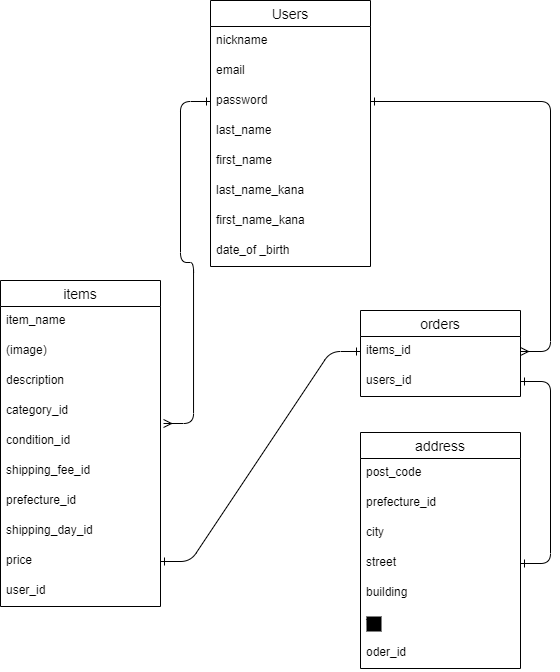
Natsuki002Koma/furima-40056 keeps this draw.io diagram as tables.png. Above is the earlier version. Source tidied: cells renumbered, new cells last; positions are measured from the earlier drawing's top-left corner, leaving out a move shared by most shapes.
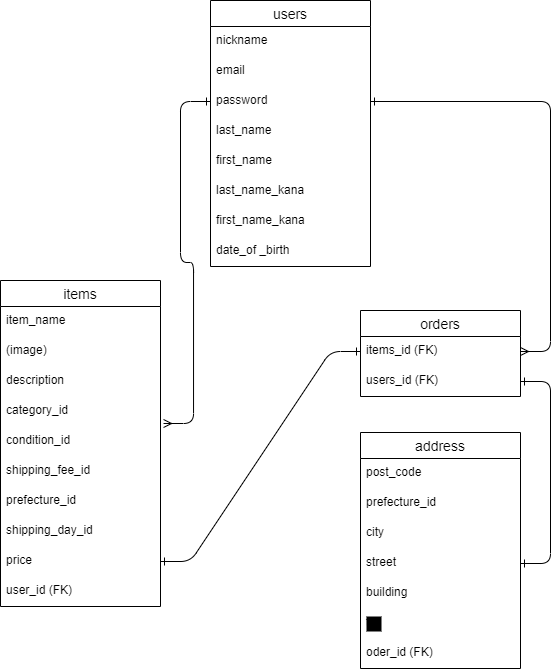
Later version of the same file.

Commit message:
Revert "データベース設計（修正3）"

The edit, as a diff of the source:
```diff
@@ -2,7 +2,7 @@
   <root>
     <mxCell id="0" />
     <mxCell id="1" parent="0" />
-    <mxCell id="2" value="Users" style="swimlane;fontStyle=0;horizontal=1;startSize=26;align=center;fontSize=14;" parent="1" vertex="1">
+    <mxCell id="2" value="users" style="swimlane;fontStyle=0;horizontal=1;startSize=26;align=center;fontSize=14;" parent="1" vertex="1">
       <mxGeometry x="210" width="160" height="266" as="geometry" />
     </mxCell>
     <mxCell id="3" value="nickname  " style="text;strokeColor=none;fillColor=none;spacingLeft=4;spacingRight=4;overflow=hidden;fontSize=12;" parent="2" vertex="1">
@@ -59,16 +59,16 @@
     <mxCell id="20" value="price" style="text;strokeColor=none;fillColor=none;spacingLeft=4;spacingRight=4;overflow=hidden;points=[[0,0.5],[1,0.5]];portConstraint=eastwest;fontSize=12;" parent="11" vertex="1">
       <mxGeometry y="266" width="160" height="30" as="geometry" />
     </mxCell>
-    <mxCell id="21" value="user_id" style="text;strokeColor=none;fillColor=none;spacingLeft=4;spacingRight=4;overflow=hidden;fontSize=12;" parent="11" vertex="1">
+    <mxCell id="21" value="user_id (FK)" style="text;strokeColor=none;fillColor=none;spacingLeft=4;spacingRight=4;overflow=hidden;fontSize=12;" parent="11" vertex="1">
       <mxGeometry y="296" width="160" height="30" as="geometry" />
     </mxCell>
     <mxCell id="22" value="orders" style="swimlane;fontStyle=0;horizontal=1;startSize=26;align=center;fontSize=14;" parent="1" vertex="1">
       <mxGeometry x="360" y="310" width="160" height="86" as="geometry" />
     </mxCell>
-    <mxCell id="23" value="items_id" style="text;strokeColor=none;fillColor=none;spacingLeft=4;spacingRight=4;overflow=hidden;points=[[0,0.5],[1,0.5]];portConstraint=eastwest;fontSize=12;" parent="22" vertex="1">
+    <mxCell id="23" value="items_id (FK)" style="text;strokeColor=none;fillColor=none;spacingLeft=4;spacingRight=4;overflow=hidden;points=[[0,0.5],[1,0.5]];portConstraint=eastwest;fontSize=12;" parent="22" vertex="1">
       <mxGeometry y="26" width="160" height="30" as="geometry" />
     </mxCell>
-    <mxCell id="24" value="users_id" style="text;strokeColor=none;fillColor=none;spacingLeft=4;spacingRight=4;overflow=hidden;points=[[0,0.5],[1,0.5]];portConstraint=eastwest;fontSize=12;" parent="22" vertex="1">
+    <mxCell id="24" value="users_id (FK)" style="text;strokeColor=none;fillColor=none;spacingLeft=4;spacingRight=4;overflow=hidden;points=[[0,0.5],[1,0.5]];portConstraint=eastwest;fontSize=12;" parent="22" vertex="1">
       <mxGeometry y="56" width="160" height="30" as="geometry" />
     </mxCell>
     <mxCell id="25" style="edgeStyle=entityRelationEdgeStyle;fontSize=12;html=1;endArrow=ERmany;startArrow=ERone;exitX=0;exitY=0.5;exitDx=0;exitDy=0;entryX=1.019;entryY=0.9;entryDx=0;entryDy=0;startFill=0;endFill=0;entryPerimeter=0;" parent="1" edge="1" source="5" target="15">
@@ -98,7 +98,7 @@
     <mxCell id="33" value="tel" style="text;strokeColor=none;fillColor=none;spacingLeft=4;spacingRight=4;overflow=hidden;fontSize=12;labelBackgroundColor=#000000;" parent="27" vertex="1">
       <mxGeometry y="176" width="160" height="30" as="geometry" />
     </mxCell>
-    <mxCell id="34" value="oder_id" style="text;strokeColor=none;fillColor=none;spacingLeft=4;spacingRight=4;overflow=hidden;fontSize=12;" parent="27" vertex="1">
+    <mxCell id="34" value="oder_id (FK)" style="text;strokeColor=none;fillColor=none;spacingLeft=4;spacingRight=4;overflow=hidden;fontSize=12;" parent="27" vertex="1">
       <mxGeometry y="206" width="160" height="30" as="geometry" />
     </mxCell>
     <mxCell id="35" style="edgeStyle=entityRelationEdgeStyle;fontSize=12;html=1;endArrow=ERone;startArrow=ERone;entryX=1;entryY=0.5;entryDx=0;entryDy=0;startFill=0;endFill=0;" parent="1" edge="1" source="23" target="20">
```
